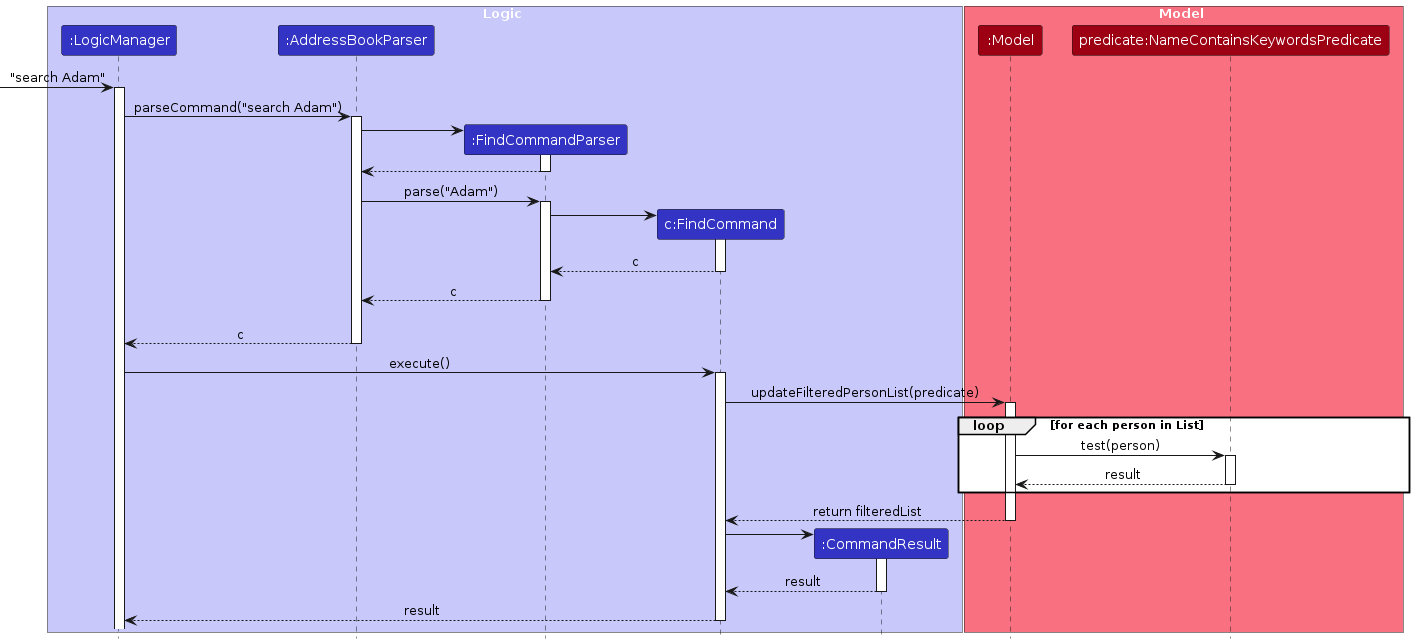
This is diagrams/SearchSequenceDiagram.png from adammangzijun/tp, a PlantUML export, as it was before one commit. Its source is kept beside it as diagrams/SearchSequenceDiagram.puml.
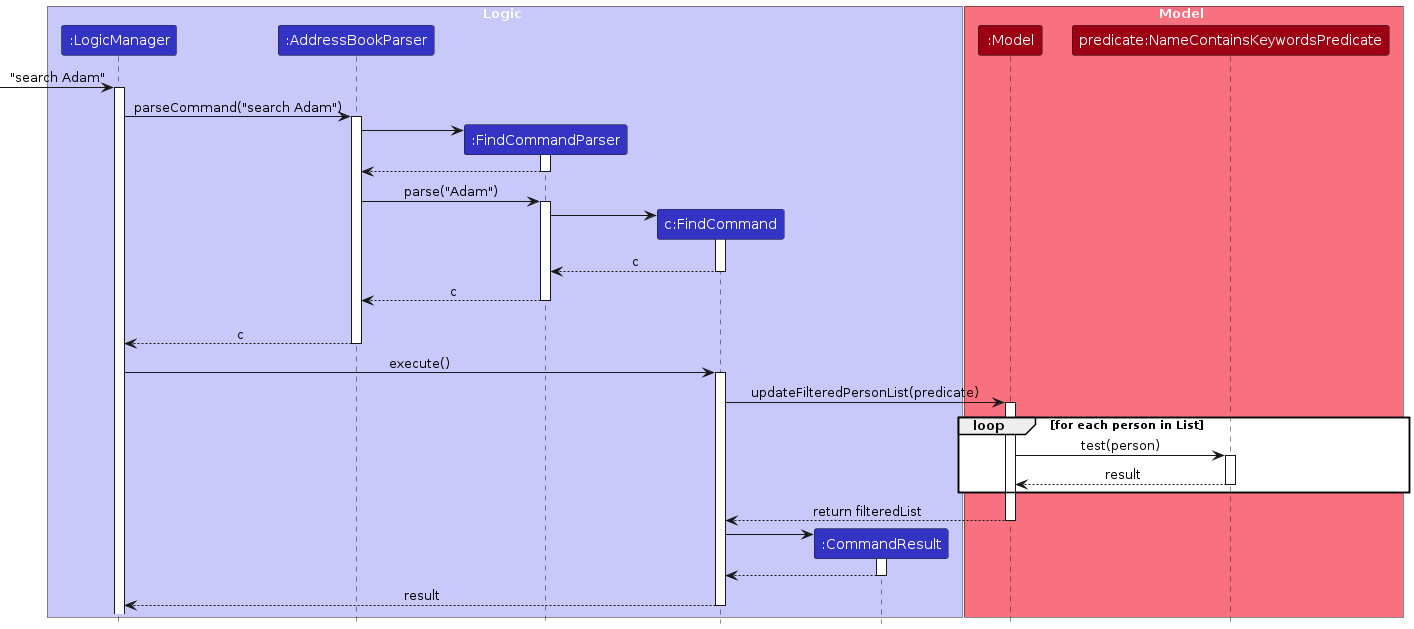
The same file after the commit.

The edit, as a diff of the source:
```diff
@@ -69,7 +69,7 @@
 FindCommand -> CommandResult
 activate CommandResult
 
-CommandResult --> FindCommand : result
+CommandResult --> FindCommand
 deactivate CommandResult
 
 FindCommand --> LogicManager : result
```
